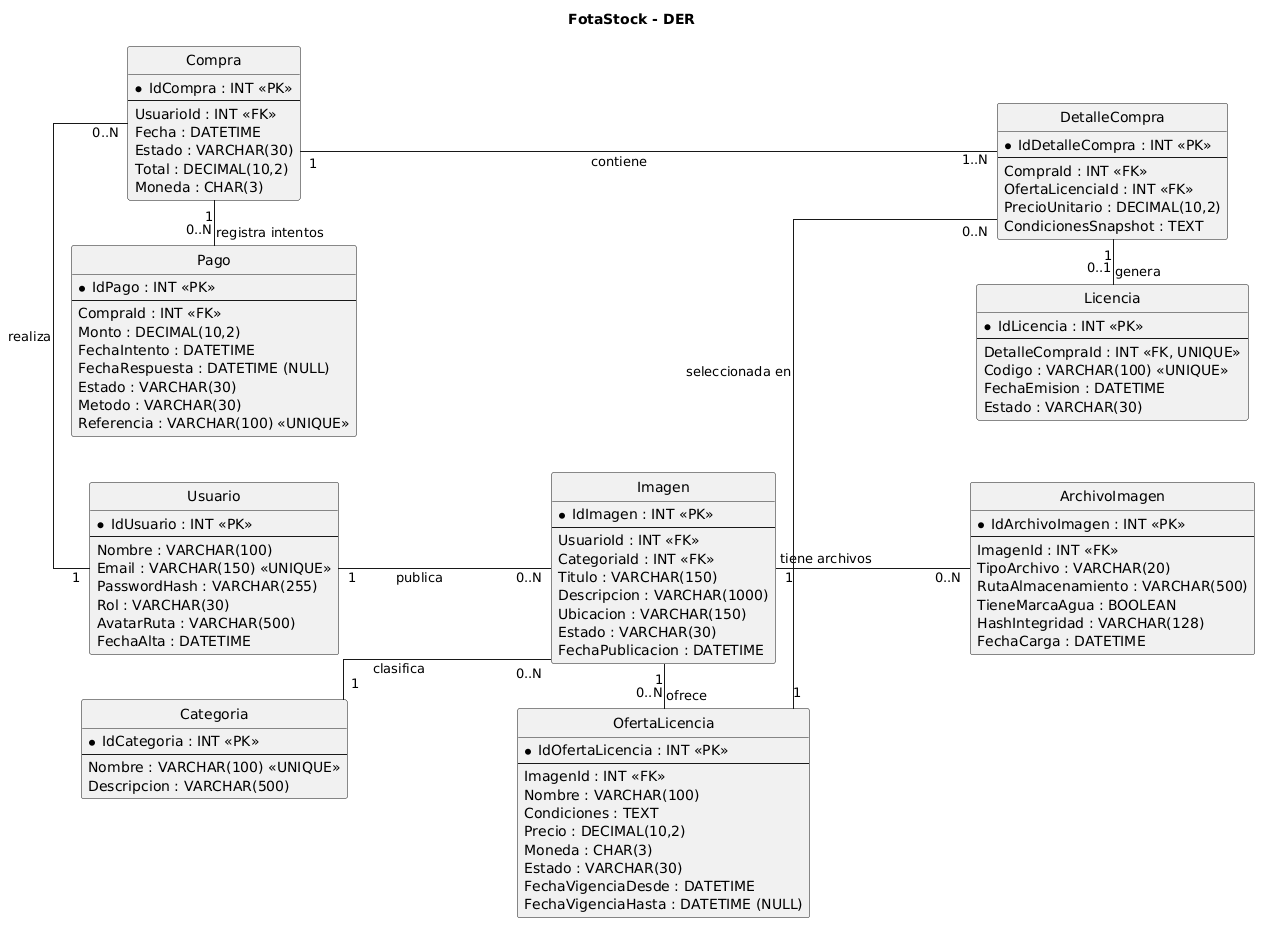
necoian/FotaStock_MVC_ULP keeps this PlantUML diagram as src/FotaStock.Web/docs/der.png. Above is the earlier version. Its diagram source:
```plantuml
@startuml
title FotaStock - DER
hide circle
left to right direction

skinparam linetype ortho
skinparam nodesep 45
skinparam ranksep 160
skinparam padding 1



entity "Usuario" as Usuario {
    * IdUsuario : INT <<PK>>
    --
    Nombre : VARCHAR(100)
    Email : VARCHAR(150) <<UNIQUE>>
    PasswordHash : VARCHAR(255)
    Rol : VARCHAR(30)
    AvatarRuta : VARCHAR(500)
    FechaAlta : DATETIME
}

entity "Categoria" as Categoria {
    * IdCategoria : INT <<PK>>
    --
    Nombre : VARCHAR(100) <<UNIQUE>>
    Descripcion : VARCHAR(500)
}

entity "Imagen" as Imagen {
    * IdImagen : INT <<PK>>
    --
    UsuarioId : INT <<FK>>
    CategoriaId : INT <<FK>>
    Titulo : VARCHAR(150)
    Descripcion : VARCHAR(1000)
    Ubicacion : VARCHAR(150)
    Estado : VARCHAR(30)
    FechaPublicacion : DATETIME
}

entity "ArchivoImagen" as ArchivoImagen {
    * IdArchivoImagen : INT <<PK>>
    --
    ImagenId : INT <<FK>>
    TipoArchivo : VARCHAR(20)
    RutaAlmacenamiento : VARCHAR(500)
    TieneMarcaAgua : BOOLEAN
    HashIntegridad : VARCHAR(128)
    FechaCarga : DATETIME
}

entity "OfertaLicencia" as OfertaLicencia {
    * IdOfertaLicencia : INT <<PK>>
    --
    ImagenId : INT <<FK>>
    Nombre : VARCHAR(100)
    Condiciones : TEXT
    Precio : DECIMAL(10,2)
    Moneda : CHAR(3)
    Estado : VARCHAR(30)
    FechaVigenciaDesde : DATETIME
    FechaVigenciaHasta : DATETIME (NULL)
}

entity "Compra" as Compra {
    * IdCompra : INT <<PK>>
    --
    UsuarioId : INT <<FK>>
    Fecha : DATETIME
    Estado : VARCHAR(30)
    Total : DECIMAL(10,2)
    Moneda : CHAR(3)
}

entity "Pago" as Pago {
    * IdPago : INT <<PK>>
    --
    CompraId : INT <<FK>>
    Monto : DECIMAL(10,2)
    FechaIntento : DATETIME
    FechaRespuesta : DATETIME (NULL)
    Estado : VARCHAR(30)
    Metodo : VARCHAR(30)
    Referencia : VARCHAR(100) <<UNIQUE>>
}

entity "DetalleCompra" as DetalleCompra {
    * IdDetalleCompra : INT <<PK>>
    --
    CompraId : INT <<FK>>
    OfertaLicenciaId : INT <<FK>>
    PrecioUnitario : DECIMAL(10,2)
    CondicionesSnapshot : TEXT
}

entity "Licencia" as Licencia {
    * IdLicencia : INT <<PK>>
    --
    DetalleCompraId : INT <<FK, UNIQUE>>
    Codigo : VARCHAR(100) <<UNIQUE>>
    FechaEmision : DATETIME
    Estado : VARCHAR(30)
}

Usuario "1" -down- "0..N" Imagen : publica
Categoria "1" -down- "0..N" Imagen : clasifica
Imagen "1" -down- "0..N" ArchivoImagen : tiene archivos
Imagen "1" -right- "0..N" OfertaLicencia : ofrece
Usuario "1" -left- "0..N" Compra : realiza
Compra "1" -down- "1..N" DetalleCompra : contiene
Compra "1" -right- "0..N" Pago : registra intentos
OfertaLicencia "1" -down- "0..N" DetalleCompra : seleccionada en
DetalleCompra "1" -right- "0..1" Licencia : genera
@enduml
```
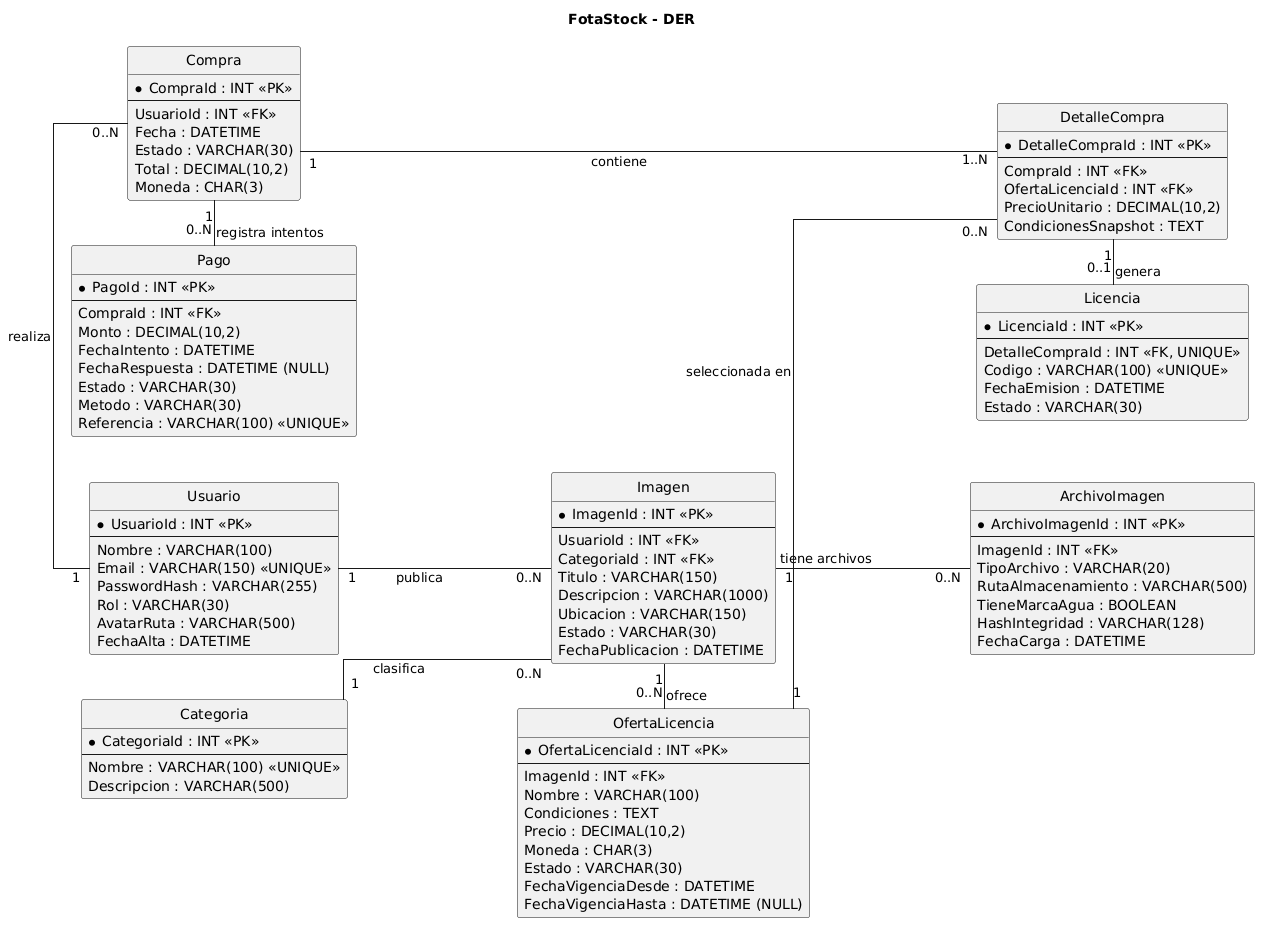
Later version of the same file.

Diff of the diagram source:
```diff
@@ -11,7 +11,7 @@
 
 
 entity "Usuario" as Usuario {
-    * IdUsuario : INT <<PK>>
+    * UsuarioId : INT <<PK>>
     --
     Nombre : VARCHAR(100)
     Email : VARCHAR(150) <<UNIQUE>>
@@ -22,14 +22,14 @@
 }
 
 entity "Categoria" as Categoria {
-    * IdCategoria : INT <<PK>>
+    * CategoriaId : INT <<PK>>
     --
     Nombre : VARCHAR(100) <<UNIQUE>>
     Descripcion : VARCHAR(500)
 }
 
 entity "Imagen" as Imagen {
-    * IdImagen : INT <<PK>>
+    * ImagenId : INT <<PK>>
     --
     UsuarioId : INT <<FK>>
     CategoriaId : INT <<FK>>
@@ -41,7 +41,7 @@
 }
 
 entity "ArchivoImagen" as ArchivoImagen {
-    * IdArchivoImagen : INT <<PK>>
+    * ArchivoImagenId : INT <<PK>>
     --
     ImagenId : INT <<FK>>
     TipoArchivo : VARCHAR(20)
@@ -52,7 +52,7 @@
 }
 
 entity "OfertaLicencia" as OfertaLicencia {
-    * IdOfertaLicencia : INT <<PK>>
+    * OfertaLicenciaId : INT <<PK>>
     --
     ImagenId : INT <<FK>>
     Nombre : VARCHAR(100)
@@ -65,7 +65,7 @@
 }
 
 entity "Compra" as Compra {
-    * IdCompra : INT <<PK>>
+    * CompraId : INT <<PK>>
     --
     UsuarioId : INT <<FK>>
     Fecha : DATETIME
@@ -75,7 +75,7 @@
 }
 
 entity "Pago" as Pago {
-    * IdPago : INT <<PK>>
+    * PagoId : INT <<PK>>
     --
     CompraId : INT <<FK>>
     Monto : DECIMAL(10,2)
@@ -87,7 +87,7 @@
 }
 
 entity "DetalleCompra" as DetalleCompra {
-    * IdDetalleCompra : INT <<PK>>
+    * DetalleCompraId : INT <<PK>>
     --
     CompraId : INT <<FK>>
     OfertaLicenciaId : INT <<FK>>
@@ -96,7 +96,7 @@
 }
 
 entity "Licencia" as Licencia {
-    * IdLicencia : INT <<PK>>
+    * LicenciaId : INT <<PK>>
     --
     DetalleCompraId : INT <<FK, UNIQUE>>
     Codigo : VARCHAR(100) <<UNIQUE>>
```
